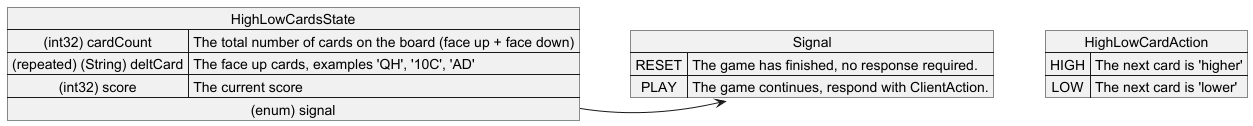
Above: documentation/simulations/HighLowCards/proto.png in graham-evans/AISandbox-Server (PlantUML), before the change.
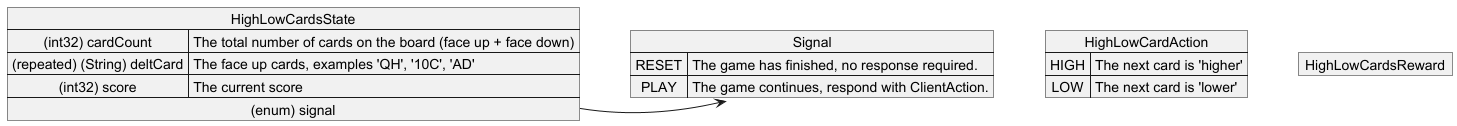
Above is the later version.

Commit message:
Add HighLowCardsReward to diagram

Diff of the diagram source:
```diff
@@ -16,4 +16,7 @@
 HIGH => The next card is 'higher'
 LOW => The next card is 'lower'
 }
+
+map HighLowCardsReward {
+}
 @enduml
```
